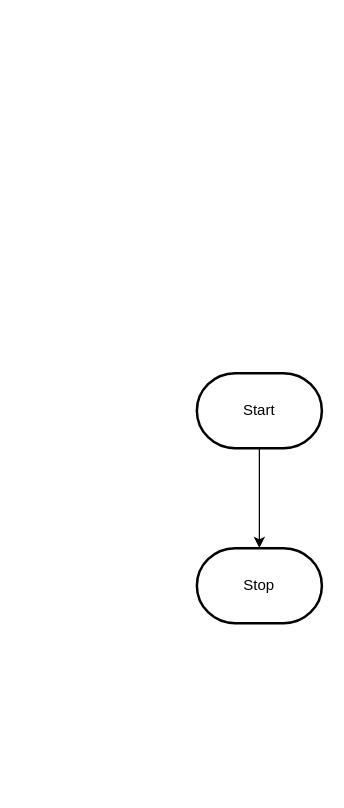
Earlier version of the draw.io diagram design/flowchart.drawio (MTHS-ICS2O-2-2022/ICS2O-Unit-3-02-austin-scavone). Source tidied: cells renumbered, new cells numbered last; positions are measured from the earlier drawing's top-left corner, leaving out a move shared by most shapes. Both pictures are drawn from the tidied source at 125%, with x=0, y=0 at pixel (196, 372).
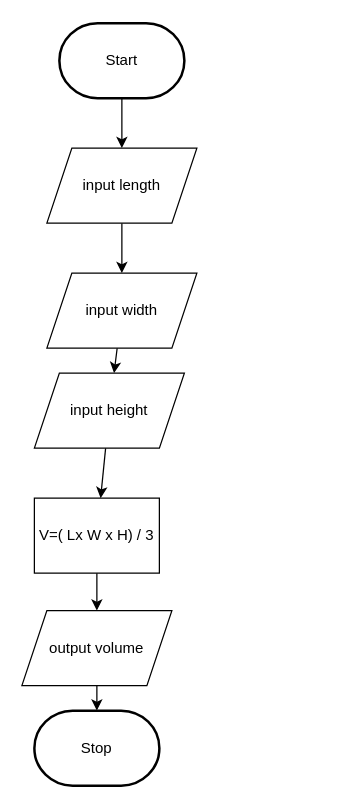
Above is the later version.

What changed in the source:
```diff
@@
 <mxGraphModel>
   <root>
     <mxCell id="0" />
     <mxCell id="1" parent="0" />
-    <mxCell id="2" style="edgeStyle=orthogonalEdgeStyle;html=1;rounded=0;" parent="1" edge="1" source="3" target="4">
-      <mxGeometry relative="1" as="geometry" />
-    </mxCell>
+    <mxCell id="5" style="edgeStyle=none;html=1;entryX=0.5;entryY=0;entryDx=0;entryDy=0;" parent="1" edge="1" source="3" target="2">
+      <mxGeometry relative="1" as="geometry" />
+    </mxCell>
     <mxCell id="3" value="Start" style="strokeWidth=2;html=1;shape=mxgraph.flowchart.terminator;whiteSpace=wrap;" parent="1" vertex="1">
-      <mxGeometry width="100" height="60" as="geometry" />
+      <mxGeometry x="-110" y="-280" width="100" height="60" as="geometry" />
     </mxCell>
     <mxCell id="4" value="Stop" style="strokeWidth=2;html=1;shape=mxgraph.flowchart.terminator;whiteSpace=wrap;" parent="1" vertex="1">
-      <mxGeometry y="140" width="100" height="60" as="geometry" />
+      <mxGeometry x="-130" y="270" width="100" height="60" as="geometry" />
     </mxCell>
+    <mxCell id="6" style="edgeStyle=none;html=1;" parent="1" edge="1" source="2" target="8">
+      <mxGeometry relative="1" as="geometry" />
+    </mxCell>
+    <mxCell id="2" value="input length" style="shape=parallelogram;perimeter=parallelogramPerimeter;whiteSpace=wrap;html=1;fixedSize=1;" parent="1" vertex="1">
+      <mxGeometry x="-120" y="-180" width="120" height="60" as="geometry" />
+    </mxCell>
+    <mxCell id="7" style="edgeStyle=none;html=1;" parent="1" edge="1" source="8" target="10">
+      <mxGeometry relative="1" as="geometry" />
+    </mxCell>
+    <mxCell id="8" value="input width" style="shape=parallelogram;perimeter=parallelogramPerimeter;whiteSpace=wrap;html=1;fixedSize=1;" parent="1" vertex="1">
+      <mxGeometry x="-120" y="-80" width="120" height="60" as="geometry" />
+    </mxCell>
+    <mxCell id="9" style="edgeStyle=none;html=1;" parent="1" edge="1" source="10" target="12">
+      <mxGeometry relative="1" as="geometry" />
+    </mxCell>
+    <mxCell id="10" value="input height" style="shape=parallelogram;perimeter=parallelogramPerimeter;whiteSpace=wrap;html=1;fixedSize=1;" parent="1" vertex="1">
+      <mxGeometry x="-130" width="120" height="60" as="geometry" />
+    </mxCell>
+    <mxCell id="11" style="edgeStyle=none;html=1;" parent="1" edge="1" source="12" target="14">
+      <mxGeometry relative="1" as="geometry" />
+    </mxCell>
+    <mxCell id="12" value="V=( Lx W x H) / 3" style="whiteSpace=wrap;html=1;" parent="1" vertex="1">
+      <mxGeometry x="-130" y="100" width="100" height="60" as="geometry" />
+    </mxCell>
+    <mxCell id="13" style="edgeStyle=none;html=1;" parent="1" edge="1" source="14" target="4">
+      <mxGeometry relative="1" as="geometry" />
+    </mxCell>
+    <mxCell id="14" value="output volume" style="shape=parallelogram;perimeter=parallelogramPerimeter;whiteSpace=wrap;html=1;fixedSize=1;" parent="1" vertex="1">
+      <mxGeometry x="-140" y="190" width="120" height="60" as="geometry" />
+    </mxCell>
   </root>
 </mxGraphModel>
```
